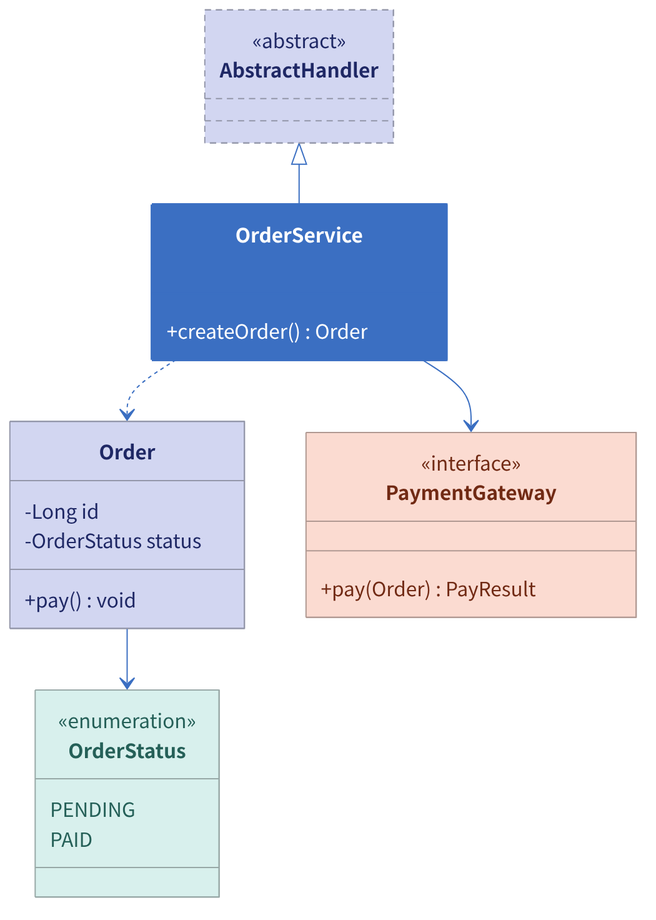
huang-hee/diagram-kit keeps this Mermaid diagram as docs/assets/class.png. Above is the earlier version. Its source is kept beside it as docs/assets/class.mmd. Source of this version:
```mermaid
---
config:
  theme: base
  fontFamily: "PingFang SC, Microsoft YaHei, Noto Sans CJK SC, Source Han Sans SC, sans-serif"
  themeVariables:
    background: "#FFFFFF"
    primaryColor: "#FFFFFF"
    primaryBorderColor: "#3B6FC2"
    primaryTextColor: "#33384A"
    nodeTextColor: "#33384A"
    secondaryColor: "#FBDBD1"
    tertiaryColor: "#EBF1F9"
    lineColor: "#3B6FC2"
    textColor: "#33384A"
    clusterBkg: "#EBF1F9"
    clusterBorder: "#3B6FC2"
    edgeLabelBackground: "#FFFFFF"
    titleColor: "#33384A"
    noteBkgColor: "#FFF6CE"
    noteBorderColor: "#A6A086"
    noteTextColor: "#33384A"
    classText: "#1F2865"
---
classDiagram
  class Order {
    -Long id
    -OrderStatus status
    +pay() void
  }
  class OrderService {
    +createOrder() Order
  }
  class PaymentGateway {
    <<interface>>
    +pay(Order) PayResult
  }
  class OrderStatus {
    <<enumeration>>
    PENDING
    PAID
  }
  class AbstractHandler {
    <<abstract>>
  }
  OrderService --> PaymentGateway
  OrderService ..> Order
  Order --> OrderStatus
  AbstractHandler <|-- OrderService
  class OrderService:::focus
  class PaymentGateway:::iface
  class OrderStatus:::enum
  class AbstractHandler:::abstract
  class Order:::cls
classDef cls fill:#D2D6F1,stroke:#9396A9,color:#1F2865
classDef iface fill:#FBDBD1,stroke:#B09992,color:#712A14
classDef enum fill:#D8F0ED,stroke:#97A8A6,color:#256058
classDef abstract fill:#D2D6F1,stroke:#9396A9,color:#1F2865,stroke-dasharray:5 4
classDef focus fill:#3B6FC2,stroke:#3B6FC2,color:#FFFFFF,stroke-width:2px
```
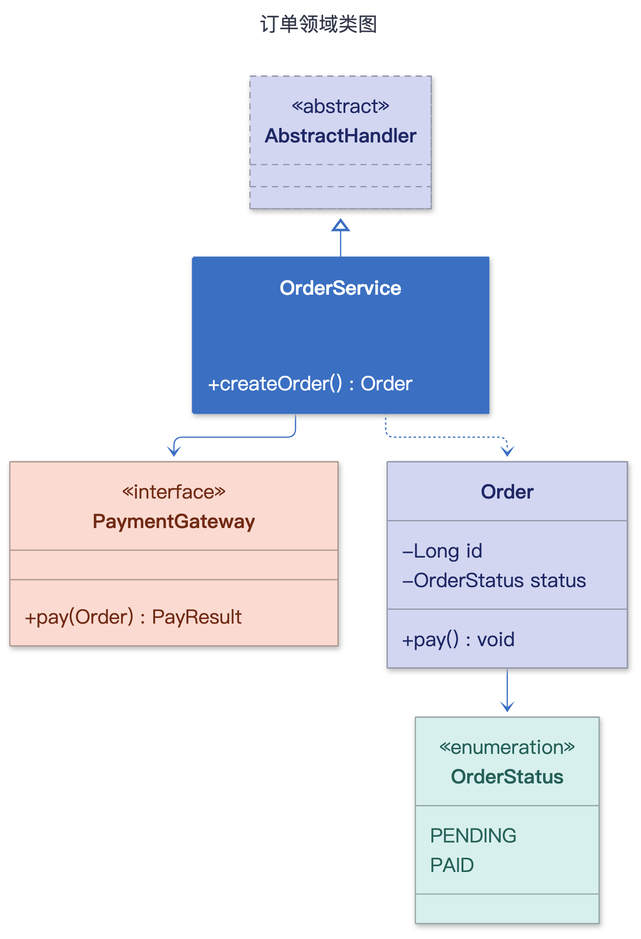
Above is the later version.

Change to the diagram source:
```diff
@@ -1,7 +1,14 @@
 ---
+title: "订单领域类图"
 config:
   theme: base
   fontFamily: "PingFang SC, Microsoft YaHei, Noto Sans CJK SC, Source Han Sans SC, sans-serif"
+  flowchart:
+    curve: "step"
+    nodeSpacing: 50
+    rankSpacing: 60
+    padding: 12
+    wrappingWidth: 300
   themeVariables:
     background: "#FFFFFF"
     primaryColor: "#FFFFFF"
```
